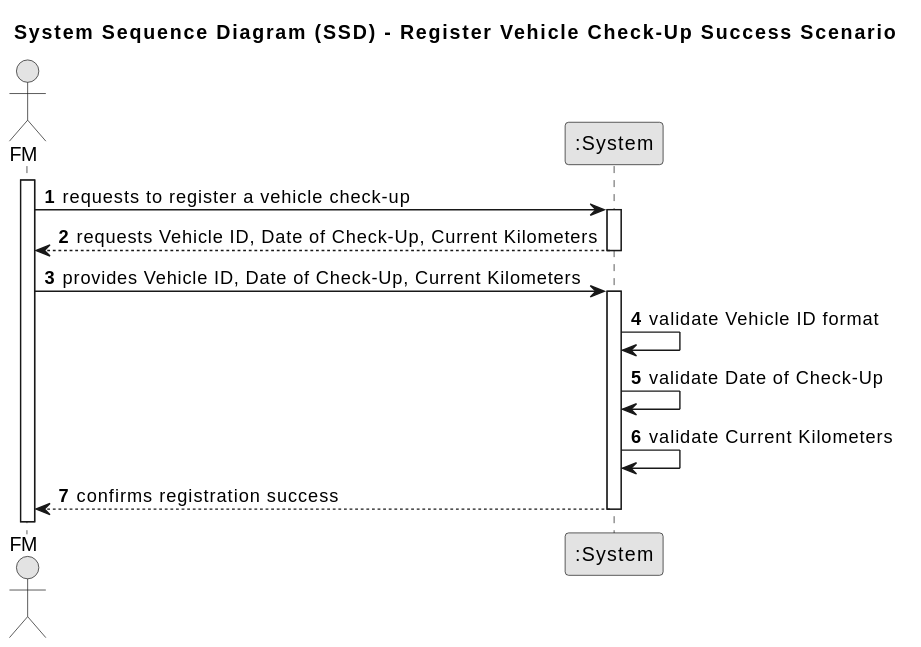
This is docs/sprintB/us007/01.requirements-engineering/svg/us007-system-sequence-diagram.svg from francisc-o-liveira/lei-24-s2-1dp-g163, a PlantUML export, as it was before one commit.
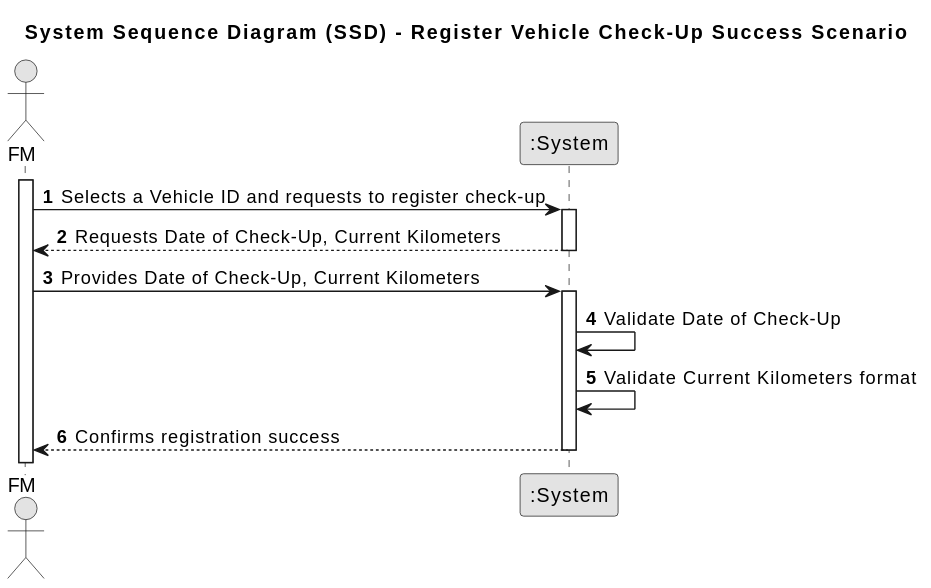
Above is the later version.

Diff of the diagram source:
```diff
@@ -12,20 +12,18 @@
 
 activate FleetManager
 
-    FleetManager -> System : requests to register a vehicle check-up
+    FleetManager -> System : Selects a Vehicle ID and requests to register check-up
     activate System
 
-        System --> FleetManager : requests Vehicle ID, Date of Check-Up, Current Kilometers
+    System --> FleetManager : Requests Date of Check-Up, Current Kilometers
     deactivate System
 
-    FleetManager -> System : provides Vehicle ID, Date of Check-Up, Current Kilometers
+    FleetManager -> System : Provides Date of Check-Up, Current Kilometers
     activate System
 
-        System -> System : validate Vehicle ID format
-        System -> System : validate Date of Check-Up
-        System -> System : validate Current Kilometers
+        System -> System : Validate Date of Check-Up
+        System -> System : Validate Current Kilometers format
 
-        System --> FleetManager : confirms registration success
+        System --> FleetManager : Confirms registration success
     deactivate System
-
 @enduml
```
